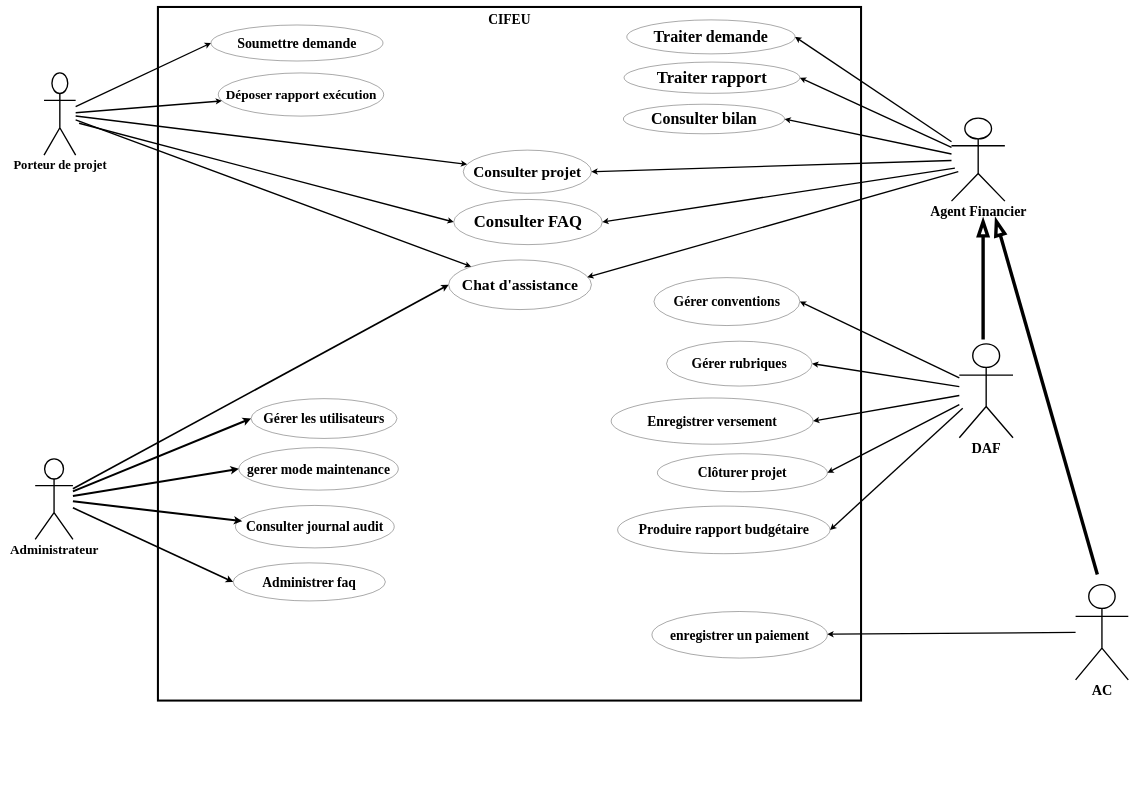
This is rapport/graphe/use-case/usecase_cifeu (1).drawio from CheickOuedraogo/stage, a draw.io file, before an edit. Source tidied: cells renumbered, new cells numbered last; positions are measured from the earlier drawing's top-left corner, leaving out a move shared by most shapes. Both pictures are drawn from the tidied source at 34%, with x=0, y=0 at pixel (35, 7).
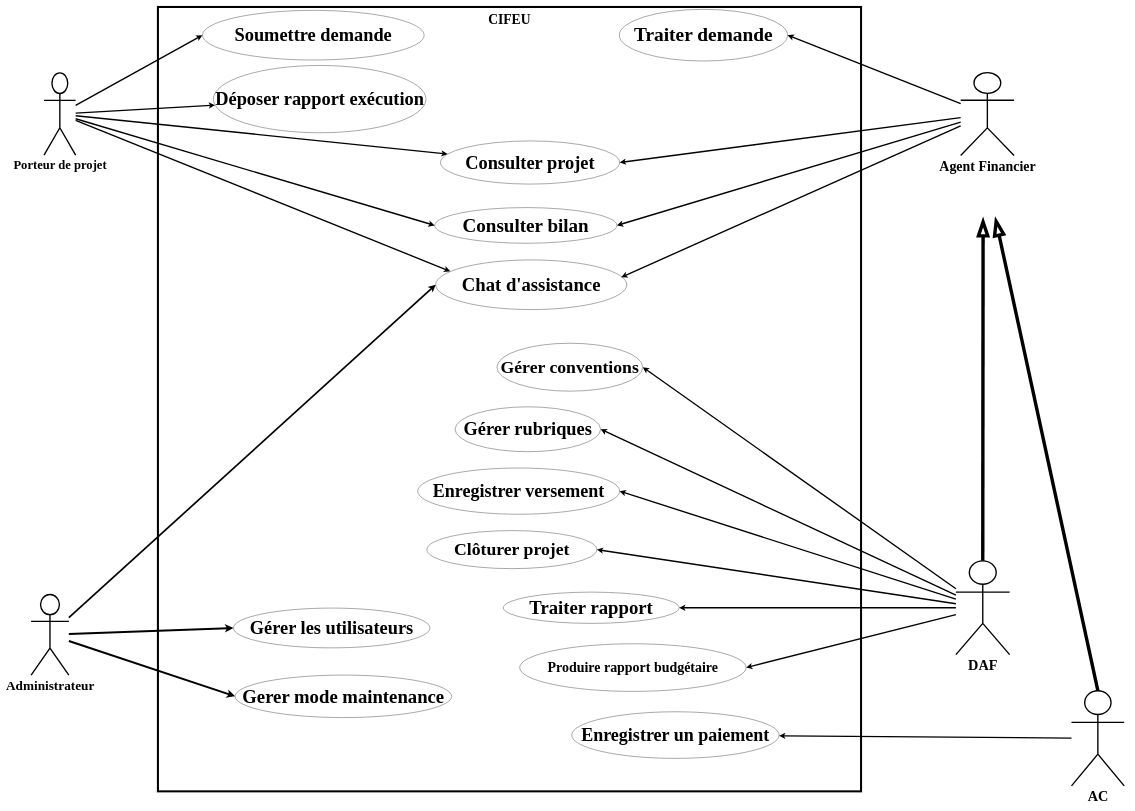
The same page after the edit.

Unchanged cells that the change refers to:
```xml
<mxCell id="21" value="Port&lt;span style=&quot;background-color: transparent; color: light-dark(rgb(0, 0, 0), rgb(255, 255, 255));&quot;&gt;eur de projet&lt;/span&gt;&lt;div&gt;&lt;div&gt;&lt;br&gt;&lt;/div&gt;&lt;/div&gt;" style="shape=umlActor;verticalLabelPosition=bottom;verticalAlign=top;html=1;fontSize=37;fontStyle=1;fontFamily=Times New Roman;strokeWidth=4;" parent="1" vertex="1">
  <mxGeometry x="26" y="194" width="93" height="242" as="geometry" />
</mxCell>
```

Diff of the diagram source:
```diff
@@
     <mxCell id="2" value="&lt;font style=&quot;font-size: 40px;&quot;&gt;CIFEU&lt;/font&gt;" style="rounded=0;whiteSpace=wrap;html=1;fillColor=none;strokeColor=#000000;fontSize=26;fontStyle=1;verticalAlign=top;spacingTop=6;fontFamily=Times New Roman;strokeWidth=6;" parent="1" vertex="1">
-      <mxGeometry x="361" width="2068" height="2040" as="geometry" />
+      <mxGeometry x="361" width="2068" height="2307" as="geometry" />
     </mxCell>
-    <mxCell id="3" value="Soumettre demande" style="ellipse;whiteSpace=wrap;html=1;fontSize=41;fillColor=#ffffff;strokeColor=#000000;fontStyle=1;fontFamily=Times New Roman;" parent="1" vertex="1">
-      <mxGeometry x="517" y="53" width="506" height="106" as="geometry" />
+    <mxCell id="3" value="Soumettre demande" style="ellipse;whiteSpace=wrap;html=1;fontSize=54;fillColor=#ffffff;strokeColor=#000000;fontStyle=1;fontFamily=Times New Roman;" parent="1" vertex="1">
+      <mxGeometry x="492" y="10" width="652" height="146" as="geometry" />
     </mxCell>
-    <mxCell id="4" value="Déposer rapport exécution" style="ellipse;whiteSpace=wrap;html=1;fontSize=39;fillColor=#ffffff;strokeColor=#000000;fontStyle=1;fontFamily=Times New Roman;" parent="1" vertex="1">
-      <mxGeometry x="538.5" y="194" width="486.5" height="127" as="geometry" />
+    <mxCell id="4" value="Déposer rapport exécution" style="ellipse;whiteSpace=wrap;html=1;fontSize=54;fillColor=#ffffff;strokeColor=#000000;fontStyle=1;fontFamily=Times New Roman;" parent="1" vertex="1">
+      <mxGeometry x="524" y="172" width="625.5" height="198" as="geometry" />
     </mxCell>
-    <mxCell id="5" value="Consulter projet" style="ellipse;whiteSpace=wrap;html=1;fontSize=45;fillColor=#ffffff;strokeColor=#000000;fontStyle=1;fontFamily=Times New Roman;" parent="1" vertex="1">
-      <mxGeometry x="1259" y="421" width="377" height="127" as="geometry" />
+    <mxCell id="5" value="Consulter projet" style="ellipse;whiteSpace=wrap;html=1;fontSize=54;fillColor=#ffffff;strokeColor=#000000;fontStyle=1;fontFamily=Times New Roman;" parent="1" vertex="1">
+      <mxGeometry x="1192" y="394" width="527" height="127" as="geometry" />
     </mxCell>
-    <mxCell id="6" value="Consulter FAQ" style="ellipse;whiteSpace=wrap;html=1;fontSize=49;fillColor=#ffffff;strokeColor=#000000;fontStyle=1;fontFamily=Times New Roman;" parent="1" vertex="1">
-      <mxGeometry x="1231" y="566" width="437" height="133" as="geometry" />
-    </mxCell>
-    <mxCell id="7" value="Traiter demande" style="ellipse;whiteSpace=wrap;html=1;fontSize=47;fillColor=#ffffff;strokeColor=#000000;fontStyle=1;fontFamily=Times New Roman;" parent="1" vertex="1">
-      <mxGeometry x="1740" y="38" width="495" height="100" as="geometry" />
+    <mxCell id="7" value="Traiter demande" style="ellipse;whiteSpace=wrap;html=1;fontSize=57;fillColor=#ffffff;strokeColor=#000000;fontStyle=1;fontFamily=Times New Roman;" parent="1" vertex="1">
+      <mxGeometry x="1718" y="7" width="495" height="152" as="geometry" />
     </mxCell>
-    <mxCell id="8" value="Traiter rapport" style="ellipse;whiteSpace=wrap;html=1;fontSize=49;fillColor=#ffffff;strokeColor=#000000;fontStyle=1;fontFamily=Times New Roman;" parent="1" vertex="1">
-      <mxGeometry x="1732" y="162" width="517" height="92" as="geometry" />
+    <mxCell id="8" value="Traiter rapport" style="ellipse;whiteSpace=wrap;html=1;fontSize=55;fillColor=#ffffff;strokeColor=#000000;fontStyle=1;fontFamily=Times New Roman;" parent="1" vertex="1">
+      <mxGeometry x="1377" y="1721" width="517" height="92" as="geometry" />
     </mxCell>
-    <mxCell id="9" value="Consulter bilan" style="ellipse;whiteSpace=wrap;html=1;fontSize=47;fillColor=#ffffff;strokeColor=#000000;fontStyle=1;fontFamily=Times New Roman;" parent="1" vertex="1">
-      <mxGeometry x="1730" y="286" width="474" height="87" as="geometry" />
+    <mxCell id="9" value="Consulter bilan" style="ellipse;whiteSpace=wrap;html=1;fontSize=56;fillColor=#ffffff;strokeColor=#000000;fontStyle=1;fontFamily=Times New Roman;" parent="1" vertex="1">
+      <mxGeometry x="1175" y="590" width="536" height="105" as="geometry" />
     </mxCell>
-    <mxCell id="10" value="Gérer les utilisateurs" style="ellipse;whiteSpace=wrap;html=1;fontSize=40;fillColor=#ffffff;strokeColor=#000000;fontStyle=1;fontFamily=Times New Roman;" parent="1" vertex="1">
-      <mxGeometry x="635" y="1152" width="429" height="117" as="geometry" />
+    <mxCell id="10" value="Gérer les utilisateurs" style="ellipse;whiteSpace=wrap;html=1;fontSize=54;fillColor=#ffffff;strokeColor=#000000;fontStyle=1;fontFamily=Times New Roman;" parent="1" vertex="1">
+      <mxGeometry x="583" y="1768" width="578" height="117" as="geometry" />
     </mxCell>
-    <mxCell id="11" value="gerer mode maintenance" style="ellipse;whiteSpace=wrap;html=1;fontSize=40;fillColor=#ffffff;strokeColor=#000000;fontStyle=1;fontFamily=Times New Roman;" parent="1" vertex="1">
-      <mxGeometry x="599" y="1296" width="469" height="125" as="geometry" />
+    <mxCell id="11" value="Gerer mode maintenance" style="ellipse;whiteSpace=wrap;html=1;fontSize=55;fillColor=#ffffff;strokeColor=#000000;fontStyle=1;fontFamily=Times New Roman;" parent="1" vertex="1">
+      <mxGeometry x="588" y="1965" width="637" height="125" as="geometry" />
     </mxCell>
-    <mxCell id="12" value="Consulter journal audit" style="ellipse;whiteSpace=wrap;html=1;fontSize=40;fillColor=#ffffff;strokeColor=#000000;fontStyle=1;fontFamily=Times New Roman;" parent="1" vertex="1">
-      <mxGeometry x="589" y="1466" width="467" height="125" as="geometry" />
-    </mxCell>
-    <mxCell id="13" value="Administrer faq" style="ellipse;whiteSpace=wrap;html=1;fontSize=40;fillColor=#ffffff;strokeColor=#000000;fontStyle=1;fontFamily=Times New Roman;" parent="1" vertex="1">
-      <mxGeometry x="582.2" y="1635" width="447.8" height="112" as="geometry" />
-    </mxCell>
-    <mxCell id="14" value="Chat d'assistance" style="ellipse;whiteSpace=wrap;html=1;fontSize=46;fillColor=#ffffff;strokeColor=#000000;fontStyle=1;fontFamily=Times New Roman;" parent="1" vertex="1">
-      <mxGeometry x="1216" y="744" width="420" height="146" as="geometry" />
+    <mxCell id="14" value="Chat d'assistance" style="ellipse;whiteSpace=wrap;html=1;fontSize=55;fillColor=#ffffff;strokeColor=#000000;fontStyle=1;fontFamily=Times New Roman;" parent="1" vertex="1">
+      <mxGeometry x="1178" y="744" width="562" height="146" as="geometry" />
     </mxCell>
-    <mxCell id="15" value="Gérer conventions" style="ellipse;whiteSpace=wrap;html=1;fontSize=40;fillColor=#ffffff;strokeColor=#000000;fontStyle=1;fontFamily=Times New Roman;" parent="1" vertex="1">
-      <mxGeometry x="1820" y="796" width="429" height="141" as="geometry" />
+    <mxCell id="15" value="Gérer conventions" style="ellipse;whiteSpace=wrap;html=1;fontSize=52;fillColor=#ffffff;strokeColor=#000000;fontStyle=1;fontFamily=Times New Roman;" parent="1" vertex="1">
+      <mxGeometry x="1358" y="989" width="429" height="141" as="geometry" />
     </mxCell>
-    <mxCell id="16" value="Gérer rubriques" style="ellipse;whiteSpace=wrap;html=1;fontSize=40;fillColor=#ffffff;strokeColor=#000000;fontStyle=1;fontFamily=Times New Roman;" parent="1" vertex="1">
-      <mxGeometry x="1857" y="983" width="428" height="132" as="geometry" />
+    <mxCell id="16" value="Gérer rubriques" style="ellipse;whiteSpace=wrap;html=1;fontSize=54;fillColor=#ffffff;strokeColor=#000000;fontStyle=1;fontFamily=Times New Roman;" parent="1" vertex="1">
+      <mxGeometry x="1235" y="1176" width="428" height="132" as="geometry" />
     </mxCell>
-    <mxCell id="17" value="Enregistrer versement" style="ellipse;whiteSpace=wrap;html=1;fontSize=40;fillColor=#ffffff;strokeColor=#000000;fontStyle=1;fontFamily=Times New Roman;" parent="1" vertex="1">
-      <mxGeometry x="1694" y="1150" width="594" height="136" as="geometry" />
+    <mxCell id="17" value="Enregistrer versement" style="ellipse;whiteSpace=wrap;html=1;fontSize=53;fillColor=#ffffff;strokeColor=#000000;fontStyle=1;fontFamily=Times New Roman;" parent="1" vertex="1">
+      <mxGeometry x="1125" y="1356" width="594" height="136" as="geometry" />
     </mxCell>
-    <mxCell id="18" value="Clôturer projet" style="ellipse;whiteSpace=wrap;html=1;fontSize=40;fillColor=#ffffff;strokeColor=#000000;fontStyle=1;fontFamily=Times New Roman;" parent="1" vertex="1">
-      <mxGeometry x="1830" y="1314" width="500" height="112" as="geometry" />
+    <mxCell id="18" value="Clôturer projet" style="ellipse;whiteSpace=wrap;html=1;fontSize=52;fillColor=#ffffff;strokeColor=#000000;fontStyle=1;fontFamily=Times New Roman;" parent="1" vertex="1">
+      <mxGeometry x="1152" y="1540" width="500" height="112" as="geometry" />
     </mxCell>
     <mxCell id="19" value="Produire rapport budgétaire" style="ellipse;whiteSpace=wrap;html=1;fontSize=41;fillColor=#ffffff;strokeColor=#000000;fontStyle=1;fontFamily=Times New Roman;" parent="1" vertex="1">
-      <mxGeometry x="1713" y="1468" width="625" height="140" as="geometry" />
+      <mxGeometry x="1425" y="1873" width="666" height="140" as="geometry" />
     </mxCell>
-    <mxCell id="20" value="enregistrer un paiement" style="ellipse;whiteSpace=wrap;html=1;fontSize=40;fillColor=#ffffff;strokeColor=#000000;fontStyle=1;fontFamily=Times New Roman;" parent="1" vertex="1">
-      <mxGeometry x="1814" y="1778" width="516" height="137" as="geometry" />
+    <mxCell id="20" value="Enregistrer un paiement" style="ellipse;whiteSpace=wrap;html=1;fontSize=53;fillColor=#ffffff;strokeColor=#000000;fontStyle=1;fontFamily=Times New Roman;" parent="1" vertex="1">
+      <mxGeometry x="1578" y="2073" width="610" height="137" as="geometry" />
     </mxCell>
@@
     <mxCell id="22" value="Administrateur&lt;div&gt;&lt;br&gt;&lt;/div&gt;" style="shape=umlActor;verticalLabelPosition=bottom;verticalAlign=top;html=1;fontSize=39;fontStyle=1;fontFamily=Times New Roman;strokeWidth=4;" parent="1" vertex="1">
-      <mxGeometry y="1329" width="111" height="237" as="geometry" />
+      <mxGeometry x="-12" y="1728" width="111" height="237" as="geometry" />
     </mxCell>
     <mxCell id="23" value="Agent Financier" style="shape=umlActor;verticalLabelPosition=bottom;verticalAlign=top;html=1;fontSize=41;fontStyle=1;fontFamily=Times New Roman;strokeWidth=4;" parent="1" vertex="1">
-      <mxGeometry x="2695" y="327" width="157" height="244" as="geometry" />
+      <mxGeometry x="2722" y="193" width="157" height="244" as="geometry" />
     </mxCell>
     <mxCell id="24" value="DAF" style="shape=umlActor;verticalLabelPosition=bottom;verticalAlign=top;html=1;fontSize=42;fontStyle=1;fontFamily=Times New Roman;strokeWidth=4;" parent="1" vertex="1">
-      <mxGeometry x="2718" y="991" width="158" height="276" as="geometry" />
+      <mxGeometry x="2708" y="1629" width="158" height="276" as="geometry" />
     </mxCell>
     <mxCell id="25" value="AC" style="shape=umlActor;verticalLabelPosition=bottom;verticalAlign=top;html=1;fontSize=42;fontStyle=1;fontFamily=Times New Roman;strokeWidth=4;" parent="1" vertex="1">
-      <mxGeometry x="3060" y="1699" width="155" height="280" as="geometry" />
+      <mxGeometry x="3048" y="2011" width="155" height="280" as="geometry" />
     </mxCell>
@@
-    <mxCell id="29" style="endArrow=classic;html=1;rounded=0;strokeWidth=4;" parent="1" edge="1" source="21" target="14">
+    <mxCell id="29" style="endArrow=classic;html=1;rounded=0;strokeWidth=4;entryX=0.076;entryY=0.23;entryDx=0;entryDy=0;entryPerimeter=0;" parent="1" edge="1" source="21" target="14">
       <mxGeometry relative="1" as="geometry" />
     </mxCell>
@@
-    <mxCell id="33" style="endArrow=classic;html=1;rounded=0;entryX=0.043;entryY=0.371;entryDx=0;entryDy=0;entryPerimeter=0;strokeWidth=6;" parent="1" edge="1" source="22" target="12">
-      <mxGeometry relative="1" as="geometry" />
-    </mxCell>
-    <mxCell id="34" style="endArrow=classic;html=1;rounded=0;entryX=0;entryY=0.5;entryDx=0;entryDy=0;strokeWidth=5;" parent="1" edge="1" source="22" target="13">
-      <mxGeometry relative="1" as="geometry" />
-    </mxCell>
@@
-    <mxCell id="36" style="endArrow=classic;html=1;rounded=0;entryX=1;entryY=0.5;entryDx=0;entryDy=0;strokeWidth=4;" parent="1" edge="1" source="23" target="8">
-      <mxGeometry relative="1" as="geometry" />
-    </mxCell>
@@
-    <mxCell id="39" style="endArrow=classic;html=1;rounded=0;entryX=1;entryY=0.5;entryDx=0;entryDy=0;strokeWidth=4;" parent="1" edge="1" target="6">
-      <mxGeometry relative="1" as="geometry">
-        <mxPoint x="2705" y="474" as="sourcePoint" />
-      </mxGeometry>
-    </mxCell>
-    <mxCell id="40" style="endArrow=classic;html=1;rounded=0;entryX=0.971;entryY=0.348;entryDx=0;entryDy=0;entryPerimeter=0;strokeWidth=4;" parent="1" edge="1" target="14">
-      <mxGeometry relative="1" as="geometry">
-        <mxPoint x="2715" y="484" as="sourcePoint" />
-      </mxGeometry>
+    <mxCell id="40" style="endArrow=classic;html=1;rounded=0;entryX=0.971;entryY=0.348;entryDx=0;entryDy=0;entryPerimeter=0;strokeWidth=4;" parent="1" edge="1" source="23" target="14">
+      <mxGeometry relative="1" as="geometry" />
     </mxCell>
@@
-    <mxCell id="46" style="endArrow=classic;html=1;rounded=0;entryX=1;entryY=0.5;entryDx=0;entryDy=0;strokeWidth=4;" parent="1" edge="1" target="19">
-      <mxGeometry relative="1" as="geometry">
-        <mxPoint x="2728" y="1180" as="sourcePoint" />
-      </mxGeometry>
+    <mxCell id="46" style="endArrow=classic;html=1;rounded=0;entryX=1;entryY=0.5;entryDx=0;entryDy=0;strokeWidth=4;" parent="1" edge="1" source="24" target="19">
+      <mxGeometry relative="1" as="geometry" />
     </mxCell>
-    <mxCell id="47" style="endArrow=blockThin;html=1;rounded=0;endFill=0;endSize=31;strokeWidth=10;" parent="1" edge="1">
+    <mxCell id="47" style="endArrow=blockThin;html=1;rounded=0;endFill=0;endSize=31;strokeWidth=10;exitX=0.5;exitY=0;exitDx=0;exitDy=0;exitPerimeter=0;" parent="1" edge="1" source="24">
       <mxGeometry relative="1" as="geometry">
-        <mxPoint x="2788" y="978" as="sourcePoint" />
         <mxPoint x="2788" y="621" as="targetPoint" />
       </mxGeometry>
     </mxCell>
-    <mxCell id="48" style="endArrow=blockThin;html=1;rounded=0;endFill=0;endSize=31;strokeWidth=10;" parent="1" edge="1">
+    <mxCell id="48" style="endArrow=blockThin;html=1;rounded=0;endFill=0;endSize=31;strokeWidth=10;exitX=0.5;exitY=0;exitDx=0;exitDy=0;exitPerimeter=0;" parent="1" edge="1" source="25">
       <mxGeometry relative="1" as="geometry">
-        <mxPoint x="3124" y="1669" as="sourcePoint" />
         <mxPoint x="2824" y="620" as="targetPoint" />
       </mxGeometry>
     </mxCell>
-    <mxCell id="49" style="endArrow=classic;html=1;rounded=0;strokeWidth=4;entryX=0;entryY=0.5;entryDx=0;entryDy=0;" parent="1" edge="1" target="6">
-      <mxGeometry relative="1" as="geometry">
-        <mxPoint x="129" y="342" as="sourcePoint" />
-      </mxGeometry>
-    </mxCell>
+    <mxCell id="50" style="endArrow=classic;html=1;rounded=0;entryX=1;entryY=0.5;entryDx=0;entryDy=0;strokeWidth=4;" parent="1" edge="1" source="24" target="8">
+      <mxGeometry relative="1" as="geometry" />
+    </mxCell>
+    <mxCell id="51" style="endArrow=classic;html=1;rounded=0;strokeWidth=4;entryX=0;entryY=0.5;entryDx=0;entryDy=0;" parent="1" edge="1" source="21" target="9">
+      <mxGeometry relative="1" as="geometry" />
+    </mxCell>
```
